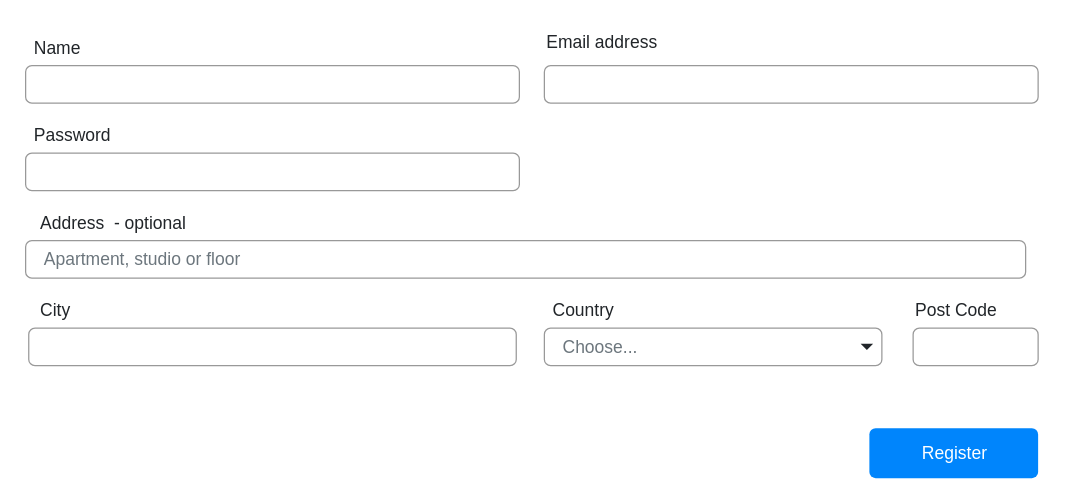
This is page "Register" (4 of 5) of Diagram.drawio from CristinaConsta/Neighbourhood, a draw.io file, before an edit. Source tidied: cells renumbered, new cells numbered last; positions are measured from the earlier drawing's top-left corner, leaving out a move shared by most shapes. Both pictures are drawn from the tidied source at 125%, with x=0, y=0 at pixel (25, 21).
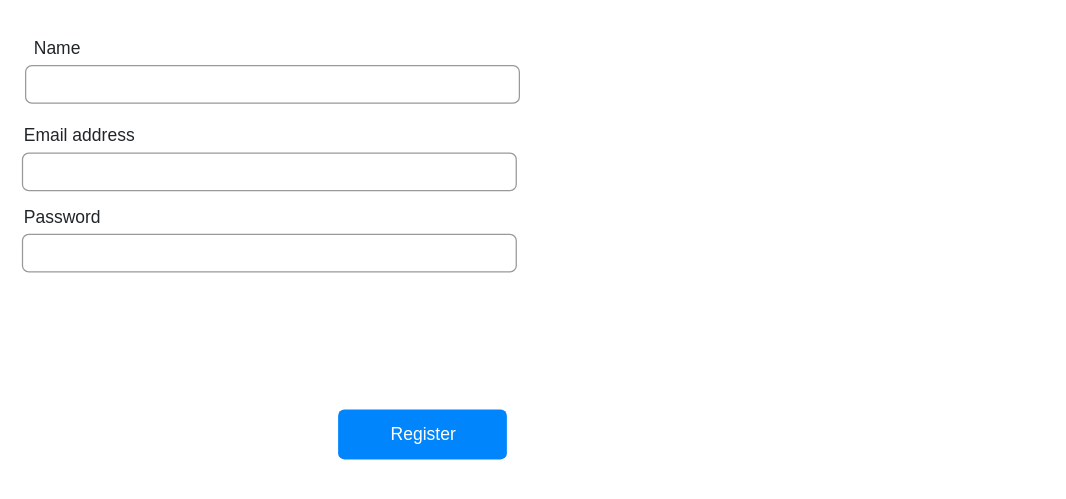
The same diagram, later.

Diff of the diagram source:
```diff
@@
 <mxGraphModel>
   <root>
     <mxCell id="0" />
     <mxCell id="1" parent="0" />
     <mxCell id="2" style="html=1;shadow=0;dashed=0;shape=mxgraph.bootstrap.rrect;rSize=5;fillColor=none;strokeColor=#999999;align=left;spacing=15;fontSize=14;fontColor=#6C767D;labelBackgroundColor=none;" parent="1" vertex="1">
-      <mxGeometry x="415" y="35" width="395" height="30" as="geometry" />
+      <mxGeometry x="-2.5" y="105" width="395" height="30" as="geometry" />
     </mxCell>
     <mxCell id="3" value="Password" style="fillColor=none;strokeColor=none;align=left;fontSize=14;fontColor=#212529;labelBackgroundColor=none;" parent="1" vertex="1">
-      <mxGeometry x="5" y="75" width="400" height="30" as="geometry" />
+      <mxGeometry x="-3" y="140" width="400" height="30" as="geometry" />
     </mxCell>
     <mxCell id="4" style="html=1;shadow=0;dashed=0;shape=mxgraph.bootstrap.rrect;rSize=5;fillColor=none;strokeColor=#999999;align=left;spacing=15;fontSize=14;fontColor=#6C767D;labelBackgroundColor=none;" parent="1" vertex="1">
-      <mxGeometry y="105" width="395" height="30" as="geometry" />
+      <mxGeometry x="-2.5" y="170" width="395" height="30" as="geometry" />
     </mxCell>
-    <mxCell id="5" value="Address  - optional" style="fillColor=none;strokeColor=none;align=left;fontSize=14;fontColor=#212529;labelBackgroundColor=none;" parent="1" vertex="1">
-      <mxGeometry x="10" y="145" width="390" height="30" as="geometry" />
-    </mxCell>
-    <mxCell id="6" value="Apartment, studio or floor" style="html=1;shadow=0;dashed=0;shape=mxgraph.bootstrap.rrect;rSize=5;fillColor=none;strokeColor=#999999;align=left;spacing=15;fontSize=14;fontColor=#6C767D;labelBackgroundColor=none;" parent="1" vertex="1">
-      <mxGeometry y="175" width="800" height="30" as="geometry" />
-    </mxCell>
-    <mxCell id="7" value="City" style="fillColor=none;strokeColor=none;align=left;fontSize=14;fontColor=#212529;labelBackgroundColor=none;" parent="1" vertex="1">
-      <mxGeometry x="10" y="215" width="390" height="30" as="geometry" />
-    </mxCell>
-    <mxCell id="8" style="html=1;shadow=0;dashed=0;shape=mxgraph.bootstrap.rrect;rSize=5;fillColor=none;strokeColor=#999999;align=left;spacing=15;fontSize=14;fontColor=#6C767D;labelBackgroundColor=none;" parent="1" vertex="1">
-      <mxGeometry x="2.5" y="245" width="390" height="30" as="geometry" />
-    </mxCell>
-    <mxCell id="9" value="Country" style="fillColor=none;strokeColor=none;align=left;fontSize=14;fontColor=#212529;labelBackgroundColor=none;" parent="1" vertex="1">
-      <mxGeometry x="420" y="215" width="220" height="30" as="geometry" />
-    </mxCell>
-    <mxCell id="10" value="Choose..." style="html=1;shadow=0;dashed=0;shape=mxgraph.bootstrap.rrect;rSize=5;fillColor=none;strokeColor=#999999;align=left;spacing=15;fontSize=14;fontColor=#6C767D;labelBackgroundColor=none;" parent="1" vertex="1">
-      <mxGeometry x="415" y="245" width="270" height="30" as="geometry" />
-    </mxCell>
-    <mxCell id="11" style="shape=triangle;direction=south;fillColor=#212529;strokeColor=none;perimeter=none;" parent="10" vertex="1">
-      <mxGeometry x="1" y="0.5" width="10" height="5" relative="1" as="geometry">
-        <mxPoint x="-17" y="-2.5" as="offset" />
-      </mxGeometry>
-    </mxCell>
-    <mxCell id="12" value="Post Code" style="fillColor=none;strokeColor=none;align=left;fontSize=14;fontColor=#212529;labelBackgroundColor=none;" parent="1" vertex="1">
-      <mxGeometry x="710" y="215" width="100" height="30" as="geometry" />
-    </mxCell>
-    <mxCell id="13" style="html=1;shadow=0;dashed=0;shape=mxgraph.bootstrap.rrect;rSize=5;fillColor=none;strokeColor=#999999;align=left;spacing=15;fontSize=14;fontColor=#6C767D;labelBackgroundColor=none;" parent="1" vertex="1">
-      <mxGeometry x="710" y="245" width="100" height="30" as="geometry" />
-    </mxCell>
     <mxCell id="14" value="Register" style="html=1;shadow=0;dashed=0;shape=mxgraph.bootstrap.rrect;rSize=5;fillColor=#0085FC;strokeColor=none;align=center;fontSize=14;fontColor=#FFFFFF;labelBackgroundColor=none;" parent="1" vertex="1">
-      <mxGeometry x="675" y="325" width="135" height="40" as="geometry" />
+      <mxGeometry x="250" y="310" width="135" height="40" as="geometry" />
     </mxCell>
     <mxCell id="15" value="Name" style="fillColor=none;strokeColor=none;align=left;fontSize=14;fontColor=#212529;labelBackgroundColor=none;" parent="1" vertex="1">
       <mxGeometry x="5" y="5" width="400" height="30" as="geometry" />
     </mxCell>
     <mxCell id="16" style="html=1;shadow=0;dashed=0;shape=mxgraph.bootstrap.rrect;rSize=5;fillColor=none;strokeColor=#999999;align=left;spacing=15;fontSize=14;fontColor=#6C767D;labelBackgroundColor=none;" parent="1" vertex="1">
       <mxGeometry y="35" width="395" height="30" as="geometry" />
     </mxCell>
     <mxCell id="17" value="Email address" style="fillColor=none;strokeColor=none;align=left;fontSize=14;fontColor=#212529;labelBackgroundColor=none;" parent="1" vertex="1">
-      <mxGeometry x="415" width="400" height="30" as="geometry" />
+      <mxGeometry x="-3" y="75" width="400" height="30" as="geometry" />
     </mxCell>
   </root>
 </mxGraphModel>
```
